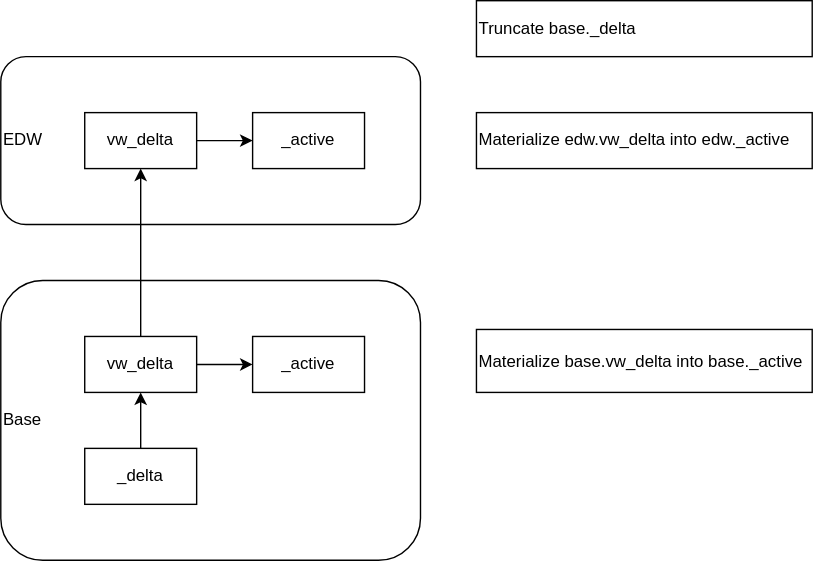
This is wiki/.images/Synapse-DB-Delta-Objects.drawio.svg from szubalii/leviat-data-and-analytics, a draw.io export, as it was before one commit. Source tidied: cells renumbered, new cells last; positions are measured from the earlier drawing's top-left corner, leaving out a move shared by most shapes.
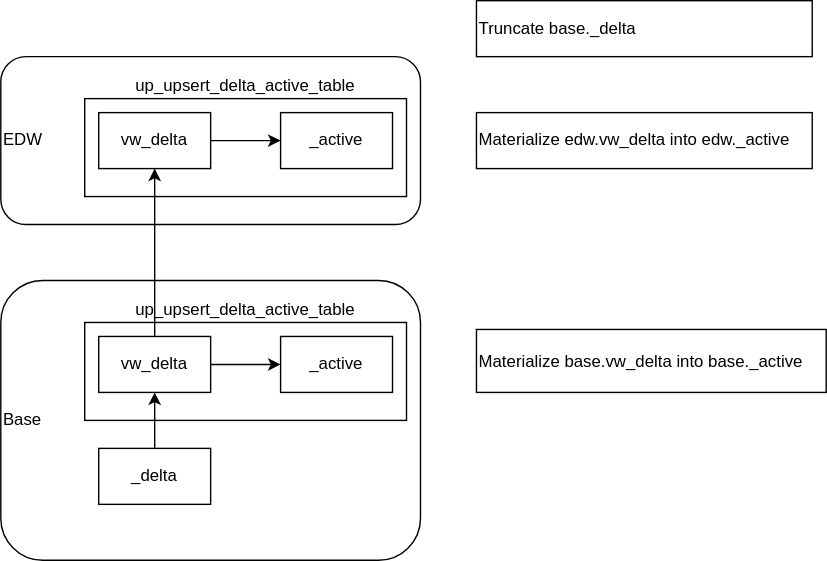
Later version of the same file.

The edit, as a diff of the source:
```diff
@@ -2,14 +2,20 @@
   <root>
     <mxCell id="0" />
     <mxCell id="1" parent="0" />
-    <mxCell id="2" value="EDW" style="rounded=1;whiteSpace=wrap;html=1;align=left;fillColor=none;" parent="1" vertex="1">
+    <mxCell id="2" value="EDW" style="rounded=1;whiteSpace=wrap;html=1;align=left;fillColor=default;" parent="1" vertex="1">
       <mxGeometry y="40" width="300" height="120" as="geometry" />
     </mxCell>
+    <mxCell id="16" value="up_upsert_delta_active_table" style="rounded=0;whiteSpace=wrap;html=1;fillColor=default;labelPosition=center;verticalLabelPosition=top;align=center;verticalAlign=bottom;" parent="1" vertex="1">
+      <mxGeometry x="60" y="70" width="230" height="70" as="geometry" />
+    </mxCell>
-    <mxCell id="3" value="Base" style="rounded=1;whiteSpace=wrap;html=1;align=left;fillColor=none;" parent="1" vertex="1">
+    <mxCell id="3" value="Base" style="rounded=1;whiteSpace=wrap;html=1;align=left;fillColor=default;" parent="1" vertex="1">
       <mxGeometry y="200" width="300" height="200" as="geometry" />
     </mxCell>
+    <mxCell id="17" value="up_upsert_delta_active_table" style="rounded=0;whiteSpace=wrap;html=1;fillColor=default;labelPosition=center;verticalLabelPosition=top;align=center;verticalAlign=bottom;" parent="1" vertex="1">
+      <mxGeometry x="60" y="230" width="230" height="70" as="geometry" />
+    </mxCell>
     <mxCell id="4" style="edgeStyle=none;html=1;exitX=1;exitY=0.5;exitDx=0;exitDy=0;" parent="1" edge="1" source="12" target="8">
-      <mxGeometry relative="1" as="geometry" />
+      <mxGeometry x="-0.08" y="30" relative="1" as="geometry" />
     </mxCell>
     <mxCell id="5" style="edgeStyle=none;html=1;exitX=0.5;exitY=0;exitDx=0;exitDy=0;entryX=0.5;entryY=1;entryDx=0;entryDy=0;" parent="1" edge="1" source="7" target="12">
       <mxGeometry relative="1" as="geometry" />
@@ -17,36 +23,36 @@
     <mxCell id="6" style="edgeStyle=orthogonalEdgeStyle;html=1;exitX=0.5;exitY=0;exitDx=0;exitDy=0;entryX=0.5;entryY=1;entryDx=0;entryDy=0;" parent="1" edge="1" source="12" target="10">
       <mxGeometry relative="1" as="geometry">
         <Array as="points">
-          <mxPoint x="100" y="200" />
-          <mxPoint x="100" y="200" />
+          <mxPoint x="110" y="190" />
+          <mxPoint x="110" y="190" />
         </Array>
       </mxGeometry>
     </mxCell>
-    <mxCell id="7" value="_delta" style="rounded=0;whiteSpace=wrap;html=1;fillColor=none;" parent="1" vertex="1">
-      <mxGeometry x="60" y="320" width="80" height="40" as="geometry" />
+    <mxCell id="7" value="_delta" style="rounded=0;whiteSpace=wrap;html=1;fillColor=default;" parent="1" vertex="1">
+      <mxGeometry x="70" y="320" width="80" height="40" as="geometry" />
     </mxCell>
-    <mxCell id="8" value="_active" style="rounded=0;whiteSpace=wrap;html=1;fillColor=none;" parent="1" vertex="1">
-      <mxGeometry x="180" y="240" width="80" height="40" as="geometry" />
+    <mxCell id="8" value="_active" style="rounded=0;whiteSpace=wrap;html=1;fillColor=default;" parent="1" vertex="1">
+      <mxGeometry x="200" y="240" width="80" height="40" as="geometry" />
     </mxCell>
     <mxCell id="9" style="edgeStyle=none;html=1;" parent="1" edge="1" source="10" target="11">
       <mxGeometry relative="1" as="geometry" />
     </mxCell>
-    <mxCell id="10" value="vw_delta" style="rounded=0;whiteSpace=wrap;html=1;fillColor=none;" parent="1" vertex="1">
-      <mxGeometry x="60" y="80" width="80" height="40" as="geometry" />
+    <mxCell id="10" value="vw_delta" style="rounded=0;whiteSpace=wrap;html=1;fillColor=default;" parent="1" vertex="1">
+      <mxGeometry x="70" y="80" width="80" height="40" as="geometry" />
     </mxCell>
-    <mxCell id="11" value="_active" style="rounded=0;whiteSpace=wrap;html=1;fillColor=none;" parent="1" vertex="1">
-      <mxGeometry x="180" y="80" width="80" height="40" as="geometry" />
+    <mxCell id="11" value="_active" style="rounded=0;whiteSpace=wrap;html=1;fillColor=default;" parent="1" vertex="1">
+      <mxGeometry x="200" y="80" width="80" height="40" as="geometry" />
     </mxCell>
-    <mxCell id="12" value="vw_delta" style="rounded=0;whiteSpace=wrap;html=1;fillColor=none;" parent="1" vertex="1">
-      <mxGeometry x="60" y="240" width="80" height="40" as="geometry" />
+    <mxCell id="12" value="vw_delta" style="rounded=0;whiteSpace=wrap;html=1;fillColor=default;" parent="1" vertex="1">
+      <mxGeometry x="70" y="240" width="80" height="40" as="geometry" />
     </mxCell>
-    <mxCell id="13" value="Materialize base.vw_delta into base._active" style="rounded=0;whiteSpace=wrap;html=1;align=left;fillColor=none;" parent="1" vertex="1">
-      <mxGeometry x="340" y="235" width="240" height="45" as="geometry" />
+    <mxCell id="13" value="Materialize base.vw_delta into base._active" style="rounded=0;whiteSpace=wrap;html=1;align=left;fillColor=default;" parent="1" vertex="1">
+      <mxGeometry x="340" y="235" width="250" height="45" as="geometry" />
     </mxCell>
-    <mxCell id="14" value="Materialize edw.vw_delta into edw._active" style="rounded=0;whiteSpace=wrap;html=1;align=left;labelPosition=center;verticalLabelPosition=middle;verticalAlign=middle;fillColor=none;" parent="1" vertex="1">
+    <mxCell id="14" value="Materialize edw.vw_delta into edw._active" style="rounded=0;whiteSpace=wrap;html=1;align=left;labelPosition=center;verticalLabelPosition=middle;verticalAlign=middle;fillColor=default;" parent="1" vertex="1">
       <mxGeometry x="340" y="80" width="240" height="40" as="geometry" />
     </mxCell>
-    <mxCell id="15" value="Truncate base._delta" style="rounded=0;whiteSpace=wrap;html=1;align=left;fillColor=none;" parent="1" vertex="1">
+    <mxCell id="15" value="Truncate base._delta" style="rounded=0;whiteSpace=wrap;html=1;align=left;fillColor=default;" parent="1" vertex="1">
       <mxGeometry x="340" width="240" height="40" as="geometry" />
     </mxCell>
   </root>
```
